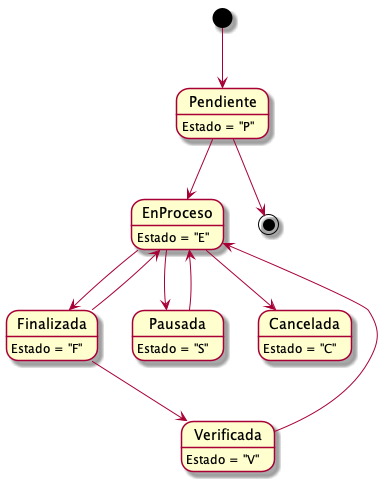
ZMGestion/DocumentacionZMGestion keeps this PlantUML diagram as Informe Final/Imagenes/DiagramasEstado/DiagramaDeEstado/tareas.png. Above is the earlier version. Source of this version:
```plantuml
@startuml tareas
Pendiente: Estado = "P"
EnProceso: Estado = "E"
Finalizada: Estado = "F"
Pausada: Estado = "S"
Cancelada: Estado = "C"
Verificada: Estado = "V"

[*] --> Pendiente
Pendiente --> [*]
Pendiente --> EnProceso
EnProceso --> Cancelada
EnProceso --> Finalizada
EnProceso --> Pausada
Finalizada --> EnProceso
Pausada --> EnProceso
Finalizada --> Verificada
Verificada --> EnProceso

@enduml
```
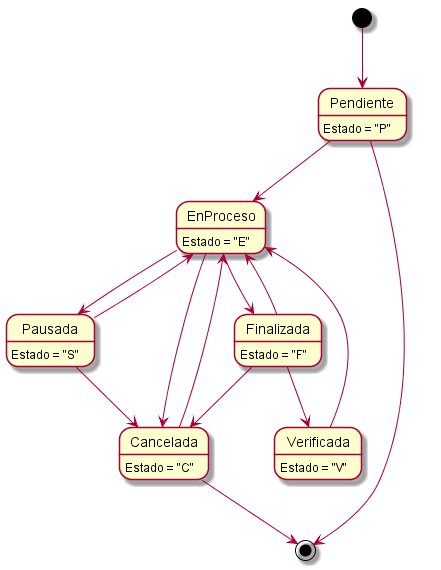
The same file after the commit.

What changed in the source:
```diff
@@ -8,12 +8,16 @@
 
 [*] --> Pendiente
 Pendiente --> [*]
+Cancelada --> [*]
 Pendiente --> EnProceso
 EnProceso --> Cancelada
 EnProceso --> Finalizada
 EnProceso --> Pausada
 Finalizada --> EnProceso
 Pausada --> EnProceso
+Pausada --> Cancelada
+Cancelada --> EnProceso
+Finalizada --> Cancelada
 Finalizada --> Verificada
 Verificada --> EnProceso
 
```
